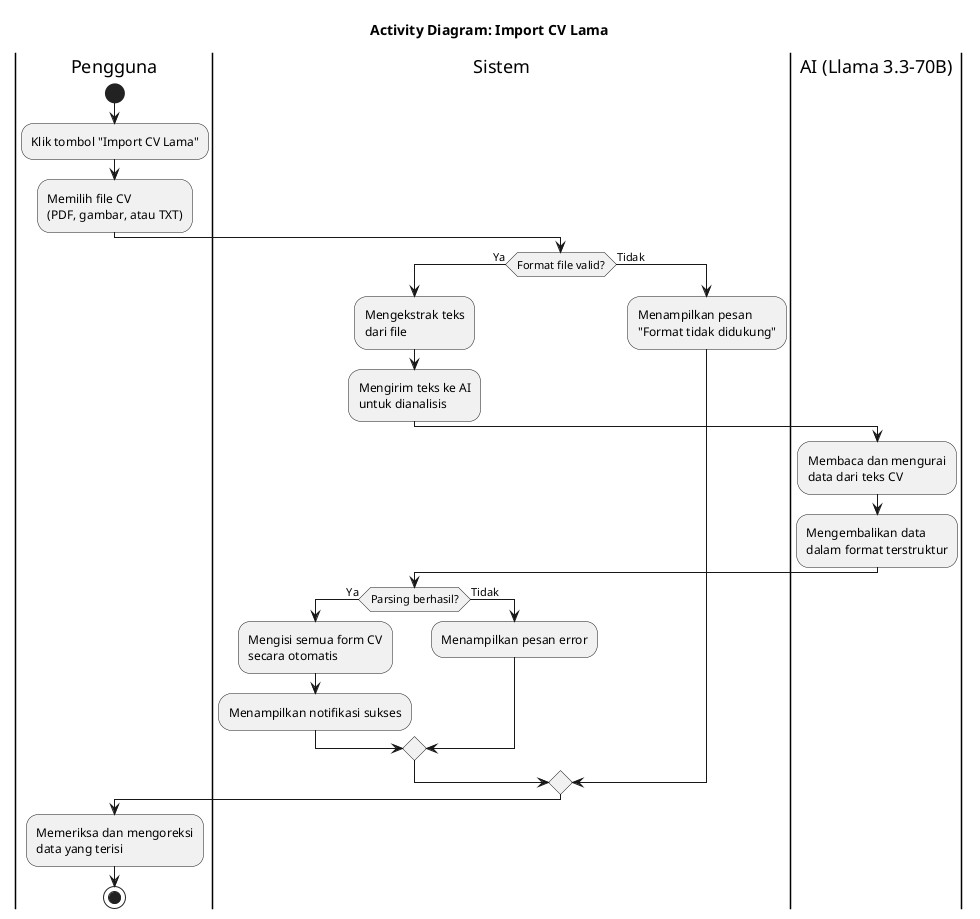
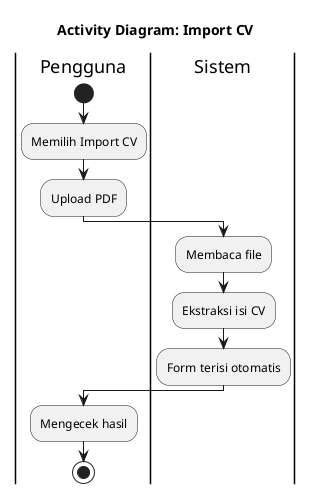
@startuml
- title Activity Diagram: Import CV Lama
+ title Activity Diagram: Import CV

|Pengguna|
start
- :Klik tombol "Import CV Lama";
- :Memilih file CV\n(PDF, gambar, atau TXT);
+ :Memilih Import CV;
+ :Upload PDF;

|Sistem|
- if (Format file valid?) then (Ya)
-   :Mengekstrak teks\ndari file;
-   :Mengirim teks ke AI\nuntuk dianalisis;
- 
-   |AI (Llama 3.3-70B)|
-   :Membaca dan mengurai\ndata dari teks CV;
-   :Mengembalikan data\ndalam format terstruktur;
- 
-   |Sistem|
-   if (Parsing berhasil?) then (Ya)
-     :Mengisi semua form CV\nsecara otomatis;
-     :Menampilkan notifikasi sukses;
-   else (Tidak)
-     :Menampilkan pesan error;
-   endif
- 
- else (Tidak)
-   :Menampilkan pesan\n"Format tidak didukung";
- endif
+ :Membaca file;
+ :Ekstraksi isi CV;
+ :Form terisi otomatis;

|Pengguna|
- :Memeriksa dan mengoreksi\ndata yang terisi;
- 
+ :Mengecek hasil;
stop
@enduml
